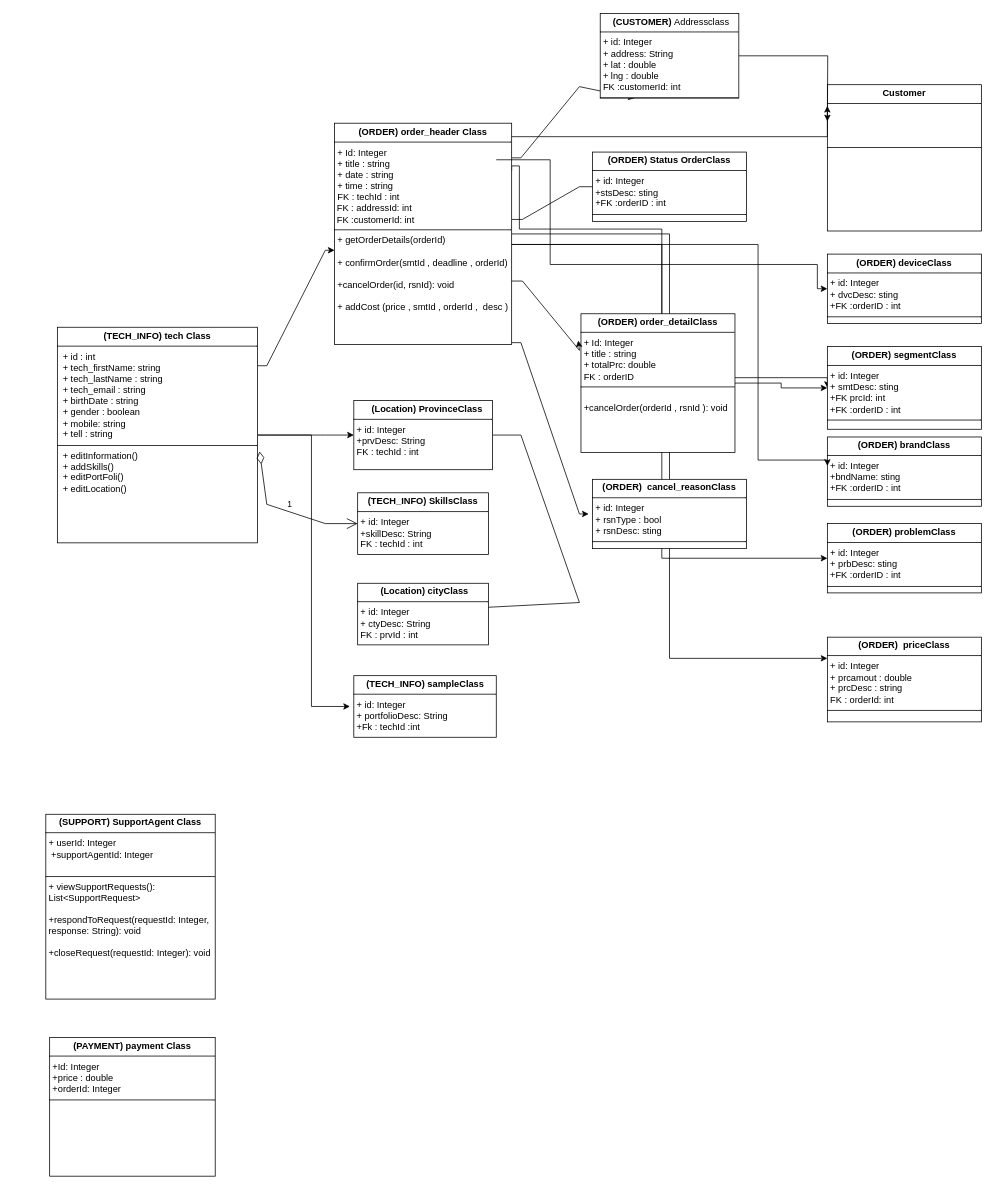
The draw.io diagram tech.drawio in reyhanehSP/pwaTech, before the edit. Source tidied: cells renumbered, new cells numbered last; positions are measured from the earlier drawing's top-left corner, leaving out a move shared by most shapes. Both pictures are drawn from the tidied source at 77%, with x=0, y=0 at pixel (45, 13).
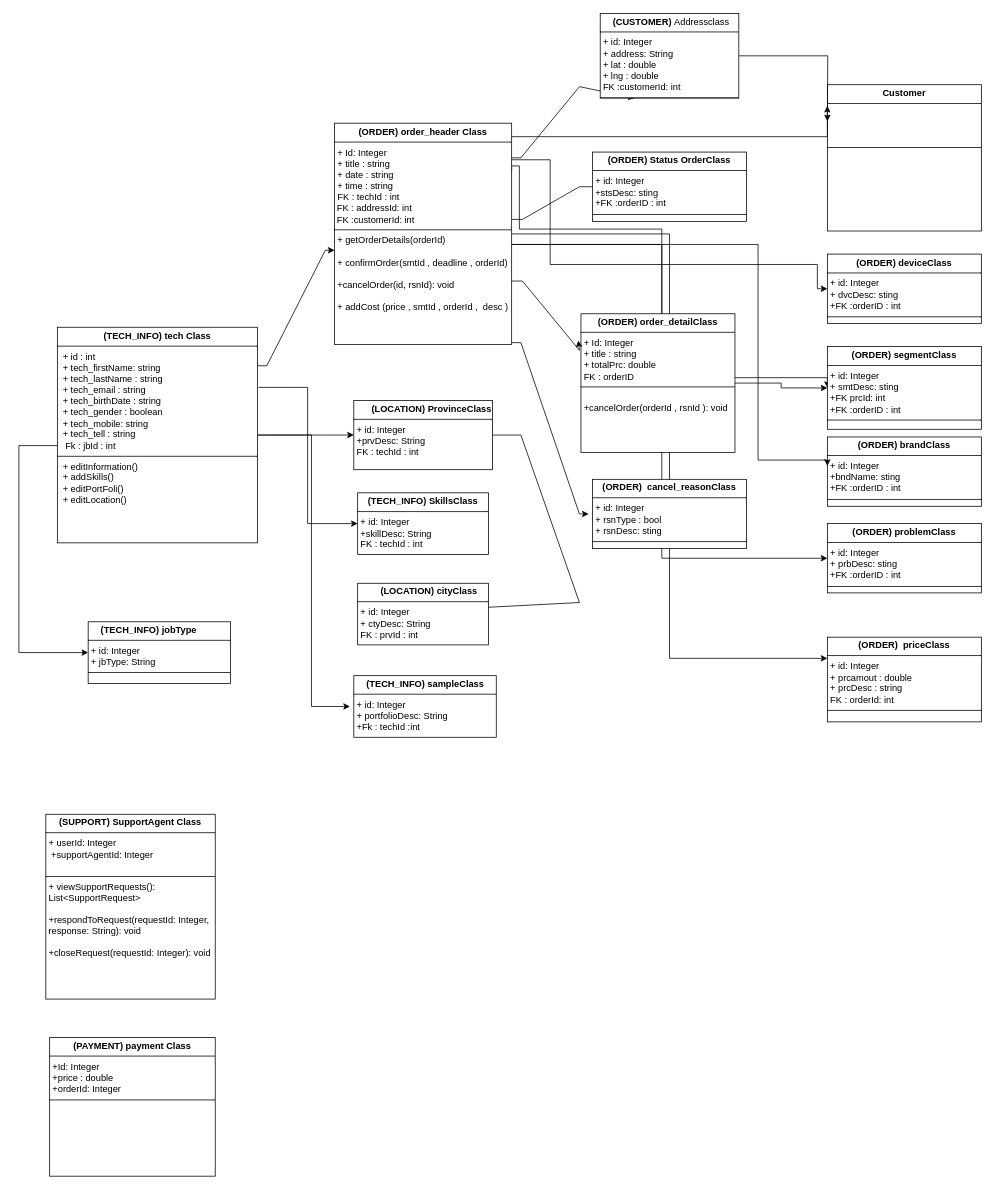
The same diagram, later.

The change refers to these unchanged cells:
```xml
<mxCell id="6" value="&lt;p style=&quot;margin:0px;margin-top:4px;text-align:center;&quot;&gt;&lt;b style=&quot;background-color: initial;&quot;&gt;(&lt;/b&gt;&lt;b&gt;TECH_INFO&lt;/b&gt;&lt;b style=&quot;background-color: initial;&quot;&gt;)&amp;nbsp;&lt;/b&gt;&lt;b&gt;&lt;span style=&quot;background-color: initial; text-align: left;&quot;&gt;SkillsC&lt;/span&gt;lass&lt;/b&gt;&lt;/p&gt;&lt;hr size=&quot;1&quot; style=&quot;border-style:solid;&quot;&gt;&lt;p style=&quot;margin:0px;margin-left:4px;&quot;&gt;+ id: Integer&lt;/p&gt;&lt;p style=&quot;margin:0px;margin-left:4px;&quot;&gt;+skillDesc: String&lt;/p&gt;&lt;p style=&quot;margin:0px;margin-left:4px;&quot;&gt;FK : techId : int&lt;/p&gt;&lt;hr size=&quot;1&quot; style=&quot;border-style:solid;&quot;&gt;&lt;p style=&quot;margin:0px;margin-left:4px;&quot;&gt;&lt;br&gt;&lt;/p&gt;" style="verticalAlign=top;align=left;overflow=fill;html=1;whiteSpace=wrap;" parent="1" vertex="1">
  <mxGeometry x="405" y="622.5" width="170" height="80" as="geometry" />
</mxCell>
<mxCell id="30" value="&lt;p style=&quot;margin:0px;margin-top:4px;text-align:center;&quot;&gt;&lt;b&gt;(&lt;/b&gt;&lt;b&gt;ORDER&lt;/b&gt;&lt;b&gt;)&amp;nbsp;&lt;/b&gt;&lt;b&gt;device&lt;/b&gt;&lt;b&gt;Class&lt;/b&gt;&lt;br&gt;&lt;/p&gt;&lt;hr size=&quot;1&quot; style=&quot;border-style:solid;&quot;&gt;&lt;p style=&quot;margin:0px;margin-left:4px;&quot;&gt;+ id: Integer&lt;/p&gt;&lt;p style=&quot;margin:0px;margin-left:4px;&quot;&gt;+&amp;nbsp;&lt;span style=&quot;text-align: center;&quot;&gt;dvc&lt;/span&gt;Desc:&amp;nbsp;&lt;span style=&quot;background-color: initial;&quot;&gt;sting&lt;/span&gt;&lt;/p&gt;&lt;p style=&quot;margin:0px;margin-left:4px;&quot;&gt;&lt;span style=&quot;text-align: center;&quot;&gt;+FK :orderID : int&lt;/span&gt;&lt;span style=&quot;background-color: initial;&quot;&gt;&lt;br&gt;&lt;/span&gt;&lt;/p&gt;&lt;hr size=&quot;1&quot; style=&quot;border-style:solid;&quot;&gt;&lt;p style=&quot;margin:0px;margin-left:4px;&quot;&gt;&lt;br&gt;&lt;br&gt;&lt;br&gt;&lt;/p&gt;" style="verticalAlign=top;align=left;overflow=fill;html=1;whiteSpace=wrap;" parent="1" vertex="1">
  <mxGeometry x="1015" y="312.5" width="200" height="90" as="geometry" />
</mxCell>
```

What changed in the source:
```diff
@@
+    <mxCell id="38" style="edgeStyle=orthogonalEdgeStyle;rounded=0;jettySize=auto;html=1;entryX=0;entryY=0.5;entryDx=0;entryDy=0;exitX=-0.001;exitY=0.549;exitDx=0;exitDy=0;exitPerimeter=0;" parent="1" edge="1" source="5" target="39">
+      <mxGeometry relative="1" as="geometry">
+        <Array as="points">
+          <mxPoint x="-35" y="561" />
+          <mxPoint x="-35" y="830" />
+        </Array>
+      </mxGeometry>
+    </mxCell>
+    <mxCell id="19" style="edgeStyle=orthogonalEdgeStyle;rounded=0;jettySize=auto;html=1;entryX=0;entryY=0.5;entryDx=0;entryDy=0;exitX=1.005;exitY=0.279;exitDx=0;exitDy=0;exitPerimeter=0;" parent="1" edge="1" source="5" target="6">
+      <mxGeometry relative="1" as="geometry" />
+    </mxCell>
-    <mxCell id="5" value="&lt;p style=&quot;margin:0px;margin-top:4px;text-align:center;&quot;&gt;&lt;b&gt;(TECH_INFO) tech Class&lt;/b&gt;&lt;/p&gt;&lt;hr size=&quot;1&quot; style=&quot;border-style:solid;&quot;&gt;&lt;p style=&quot;margin:0px;margin-left:4px;&quot;&gt;&amp;nbsp;+ id : int&lt;br&gt;&amp;nbsp;+ tech_firstName: string&lt;/p&gt;&lt;p style=&quot;margin:0px;margin-left:4px;&quot;&gt;&amp;nbsp;+&amp;nbsp;&lt;span style=&quot;background-color: initial;&quot;&gt;tech_&lt;/span&gt;&lt;span style=&quot;background-color: initial;&quot;&gt;lastName : string&lt;/span&gt;&lt;/p&gt;&lt;p style=&quot;margin:0px;margin-left:4px;&quot;&gt;&amp;nbsp;+&amp;nbsp;&lt;span style=&quot;background-color: initial;&quot;&gt;tech_&lt;/span&gt;&lt;span style=&quot;background-color: initial;&quot;&gt;email : string&lt;/span&gt;&lt;/p&gt;&lt;p style=&quot;margin:0px;margin-left:4px;&quot;&gt;&amp;nbsp;+ birthDate : string&lt;/p&gt;&lt;p style=&quot;margin:0px;margin-left:4px;&quot;&gt;&amp;nbsp;+ gender : boolean&lt;/p&gt;&lt;p style=&quot;margin:0px;margin-left:4px;&quot;&gt;&lt;span style=&quot;background-color: initial;&quot;&gt;&amp;nbsp;+ mobile: string&lt;/span&gt;&lt;/p&gt;&lt;p style=&quot;margin:0px;margin-left:4px;&quot;&gt;&amp;nbsp;+ tell : string&lt;/p&gt;&lt;hr size=&quot;1&quot; style=&quot;border-style:solid;&quot;&gt;&lt;p style=&quot;margin:0px;margin-left:4px;&quot;&gt;&amp;nbsp;+ editInformation()&lt;br&gt;&amp;nbsp;+ addSkills()&lt;br&gt;&amp;nbsp;+ editPortFoli()&lt;br&gt;&amp;nbsp;+ editLocation()&lt;br&gt;&lt;/p&gt;" style="verticalAlign=top;align=left;overflow=fill;html=1;whiteSpace=wrap;" parent="1" vertex="1">
+    <mxCell id="5" value="&lt;p style=&quot;margin:0px;margin-top:4px;text-align:center;&quot;&gt;&lt;b&gt;(TECH_INFO) tech Class&lt;/b&gt;&lt;/p&gt;&lt;hr size=&quot;1&quot; style=&quot;border-style:solid;&quot;&gt;&lt;p style=&quot;margin:0px;margin-left:4px;&quot;&gt;&amp;nbsp;+ id : int&lt;br&gt;&amp;nbsp;+ tech_firstName: string&lt;/p&gt;&lt;p style=&quot;margin:0px;margin-left:4px;&quot;&gt;&amp;nbsp;+&amp;nbsp;&lt;span style=&quot;background-color: initial;&quot;&gt;tech_&lt;/span&gt;&lt;span style=&quot;background-color: initial;&quot;&gt;lastName : string&lt;/span&gt;&lt;/p&gt;&lt;p style=&quot;margin:0px;margin-left:4px;&quot;&gt;&amp;nbsp;+&amp;nbsp;&lt;span style=&quot;background-color: initial;&quot;&gt;tech_&lt;/span&gt;&lt;span style=&quot;background-color: initial;&quot;&gt;email : string&lt;/span&gt;&lt;/p&gt;&lt;p style=&quot;margin:0px;margin-left:4px;&quot;&gt;&amp;nbsp;+ tech_birthDate : string&lt;/p&gt;&lt;p style=&quot;margin:0px;margin-left:4px;&quot;&gt;&amp;nbsp;+ tech_gender : boolean&lt;/p&gt;&lt;p style=&quot;margin:0px;margin-left:4px;&quot;&gt;&lt;span style=&quot;background-color: initial;&quot;&gt;&amp;nbsp;+ tech_mobile: string&lt;/span&gt;&lt;/p&gt;&lt;p style=&quot;margin:0px;margin-left:4px;&quot;&gt;&amp;nbsp;+ tech_tell : string&lt;/p&gt;&lt;p style=&quot;margin:0px;margin-left:4px;&quot;&gt;&amp;nbsp; Fk : jbId : int&lt;/p&gt;&lt;hr size=&quot;1&quot; style=&quot;border-style:solid;&quot;&gt;&lt;p style=&quot;margin:0px;margin-left:4px;&quot;&gt;&amp;nbsp;+ editInformation()&lt;br&gt;&amp;nbsp;+ addSkills()&lt;br&gt;&amp;nbsp;+ editPortFoli()&lt;br&gt;&amp;nbsp;+ editLocation()&lt;br&gt;&lt;/p&gt;" style="verticalAlign=top;align=left;overflow=fill;html=1;whiteSpace=wrap;" parent="1" vertex="1">
       <mxGeometry x="15" y="407.5" width="260" height="280" as="geometry" />
     </mxCell>
@@
-    <mxCell id="19" value="1" style="endArrow=open;html=1;endSize=12;startArrow=diamondThin;startSize=14;startFill=0;edgeStyle=orthogonalEdgeStyle;align=left;verticalAlign=bottom;rounded=0;exitX=1.01;exitY=0.576;exitDx=0;exitDy=0;exitPerimeter=0;noEdgeStyle=1;orthogonal=1;" parent="1" edge="1" source="5" target="6">
-      <mxGeometry relative="1" as="geometry">
-        <Array as="points">
-          <mxPoint x="287" y="637.5" />
-          <mxPoint x="363" y="662.5" />
-        </Array>
-      </mxGeometry>
-    </mxCell>
@@
-    <mxCell id="21" value="&lt;p style=&quot;text-align: left; margin: 4px 0px 0px;&quot;&gt;&lt;b style=&quot;background-color: initial;&quot;&gt;&amp;nbsp; &amp;nbsp; &amp;nbsp; &amp;nbsp;(&lt;/b&gt;&lt;b&gt;Location&lt;/b&gt;&lt;b style=&quot;background-color: initial;&quot;&gt;) &lt;/b&gt;&lt;span style=&quot;background-color: initial;&quot;&gt;&lt;b&gt;ProvinceC&lt;/b&gt;&lt;/span&gt;&lt;b&gt;lass&lt;/b&gt;&lt;/p&gt;&lt;hr size=&quot;1&quot; style=&quot;border-style:solid;&quot;&gt;&lt;p style=&quot;margin:0px;margin-left:4px;&quot;&gt;+ id: Integer&lt;/p&gt;&lt;p style=&quot;margin:0px;margin-left:4px;&quot;&gt;+prvDesc: String&lt;br&gt;FK : techId : int&lt;br&gt;&lt;/p&gt;&lt;p style=&quot;margin:0px;margin-left:4px;&quot;&gt;&lt;br&gt;&lt;/p&gt;" style="verticalAlign=top;align=left;overflow=fill;html=1;whiteSpace=wrap;" parent="1" vertex="1">
+    <mxCell id="21" value="&lt;p style=&quot;text-align: left; margin: 4px 0px 0px;&quot;&gt;&lt;b style=&quot;background-color: initial;&quot;&gt;&amp;nbsp; &amp;nbsp; &amp;nbsp; &amp;nbsp;(&lt;/b&gt;&lt;b style=&quot;background-color: initial;&quot;&gt;LOCATION&lt;/b&gt;&lt;b style=&quot;background-color: initial;&quot;&gt;) &lt;/b&gt;&lt;span style=&quot;background-color: initial;&quot;&gt;&lt;b&gt;ProvinceC&lt;/b&gt;&lt;/span&gt;&lt;b&gt;lass&lt;/b&gt;&lt;/p&gt;&lt;hr size=&quot;1&quot; style=&quot;border-style:solid;&quot;&gt;&lt;p style=&quot;margin:0px;margin-left:4px;&quot;&gt;+ id: Integer&lt;/p&gt;&lt;p style=&quot;margin:0px;margin-left:4px;&quot;&gt;+prvDesc: String&lt;br&gt;FK : techId : int&lt;br&gt;&lt;/p&gt;&lt;p style=&quot;margin:0px;margin-left:4px;&quot;&gt;&lt;br&gt;&lt;/p&gt;" style="verticalAlign=top;align=left;overflow=fill;html=1;whiteSpace=wrap;" parent="1" vertex="1">
       <mxGeometry x="400" y="502.5" width="180" height="90" as="geometry" />
     </mxCell>
-    <mxCell id="22" value="&lt;p style=&quot;text-align: left; margin: 4px 0px 0px;&quot;&gt;&lt;b style=&quot;background-color: initial;&quot;&gt;&amp;nbsp; &amp;nbsp; &amp;nbsp; &amp;nbsp; &amp;nbsp;(Location) cityClass&lt;/b&gt;&lt;/p&gt;&lt;hr size=&quot;1&quot; style=&quot;border-style:solid;&quot;&gt;&lt;p style=&quot;margin:0px;margin-left:4px;&quot;&gt;+ id: Integer&lt;/p&gt;&lt;p style=&quot;margin:0px;margin-left:4px;&quot;&gt;+ ctyDesc: String&lt;br&gt;FK :&amp;nbsp;&lt;span style=&quot;background-color: initial;&quot;&gt;prvId&lt;/span&gt;&lt;span style=&quot;background-color: initial;&quot;&gt;&amp;nbsp;: int&lt;/span&gt;&lt;/p&gt;&lt;hr size=&quot;1&quot; style=&quot;border-style:solid;&quot;&gt;&lt;p style=&quot;margin:0px;margin-left:4px;&quot;&gt;&lt;br&gt;&lt;/p&gt;" style="verticalAlign=top;align=left;overflow=fill;html=1;whiteSpace=wrap;" parent="1" vertex="1">
+    <mxCell id="22" value="&lt;p style=&quot;text-align: left; margin: 4px 0px 0px;&quot;&gt;&lt;b style=&quot;background-color: initial;&quot;&gt;&amp;nbsp; &amp;nbsp; &amp;nbsp; &amp;nbsp; &amp;nbsp;(LOCATION) cityClass&lt;/b&gt;&lt;/p&gt;&lt;hr size=&quot;1&quot; style=&quot;border-style:solid;&quot;&gt;&lt;p style=&quot;margin:0px;margin-left:4px;&quot;&gt;+ id: Integer&lt;/p&gt;&lt;p style=&quot;margin:0px;margin-left:4px;&quot;&gt;+ ctyDesc: String&lt;br&gt;FK :&amp;nbsp;&lt;span style=&quot;background-color: initial;&quot;&gt;prvId&lt;/span&gt;&lt;span style=&quot;background-color: initial;&quot;&gt;&amp;nbsp;: int&lt;/span&gt;&lt;/p&gt;&lt;hr size=&quot;1&quot; style=&quot;border-style:solid;&quot;&gt;&lt;p style=&quot;margin:0px;margin-left:4px;&quot;&gt;&lt;br&gt;&lt;/p&gt;" style="verticalAlign=top;align=left;overflow=fill;html=1;whiteSpace=wrap;" parent="1" vertex="1">
       <mxGeometry x="405" y="740" width="170" height="80" as="geometry" />
     </mxCell>
@@
     <mxCell id="35" style="edgeStyle=orthogonalEdgeStyle;rounded=0;jettySize=auto;html=1;entryX=0;entryY=0.5;entryDx=0;entryDy=0;" parent="1" edge="1" target="30">
       <mxGeometry relative="1" as="geometry">
-        <mxPoint x="585" y="190" as="sourcePoint" />
+        <mxPoint x="605" y="190" as="sourcePoint" />
         <Array as="points">
           <mxPoint x="655" y="190" />
           <mxPoint x="655" y="326" />
           <mxPoint x="1002" y="326" />
           <mxPoint x="1002" y="358" />
         </Array>
       </mxGeometry>
     </mxCell>
@@
+    <mxCell id="39" value="&lt;p style=&quot;text-align: left; margin: 4px 0px 0px;&quot;&gt;&lt;b style=&quot;background-color: initial;&quot;&gt;&amp;nbsp; &amp;nbsp; &amp;nbsp;(&lt;/b&gt;&lt;b style=&quot;text-align: center;&quot;&gt;TECH_INFO&lt;/b&gt;&lt;b style=&quot;background-color: initial;&quot;&gt;) jobType&lt;/b&gt;&lt;/p&gt;&lt;hr size=&quot;1&quot; style=&quot;border-style:solid;&quot;&gt;&lt;p style=&quot;margin:0px;margin-left:4px;&quot;&gt;+ id: Integer&lt;/p&gt;&lt;p style=&quot;margin:0px;margin-left:4px;&quot;&gt;+ jbType&lt;span style=&quot;background-color: initial;&quot;&gt;: String&lt;/span&gt;&lt;/p&gt;&lt;hr size=&quot;1&quot; style=&quot;border-style:solid;&quot;&gt;&lt;p style=&quot;margin:0px;margin-left:4px;&quot;&gt;&lt;br&gt;&lt;/p&gt;" style="verticalAlign=top;align=left;overflow=fill;html=1;whiteSpace=wrap;" parent="1" vertex="1">
+      <mxGeometry x="55" y="790" width="185" height="80" as="geometry" />
+    </mxCell>
```
